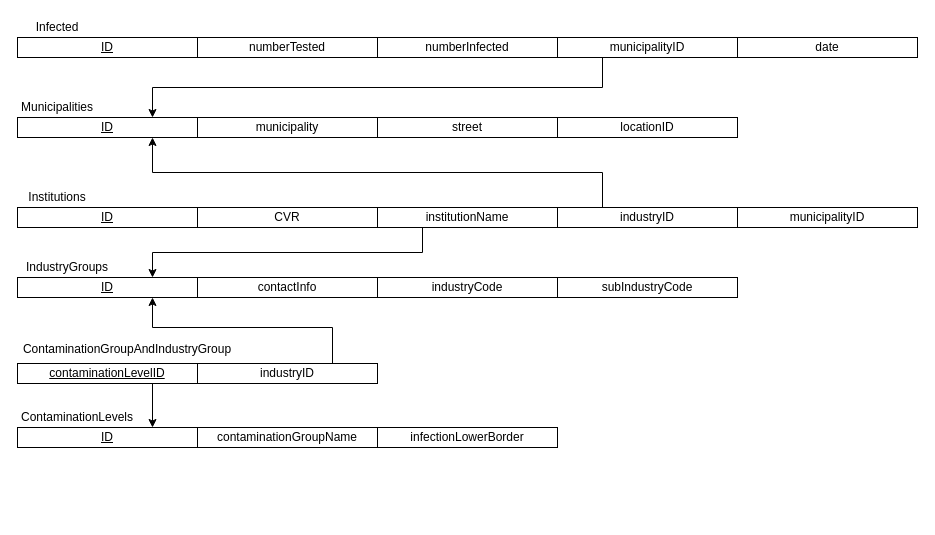
Above: CharlieProject/Documentation/Martin_mappingskema.drawio in mathex83/CharlieProjectSemester1 (draw.io), before the change. Source tidied: cells renumbered, new cells numbered last; positions are measured from the earlier drawing's top-left corner, leaving out a move shared by most shapes. Both pictures are drawn from the tidied source at 100%, with x=0, y=0 at pixel (17, 17).
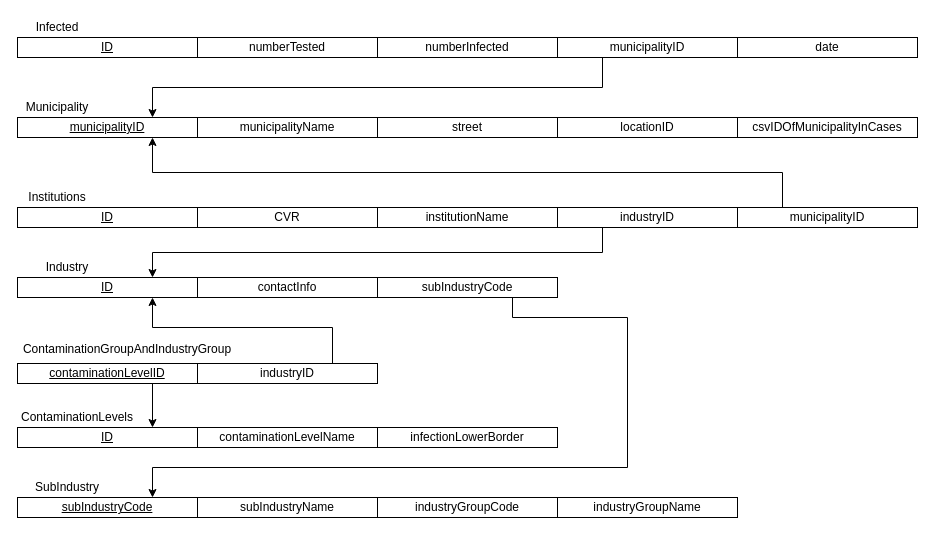
The same page after the edit.

The change refers to these unchanged cells:
```xml
<mxCell id="11" style="group;" parent="1" vertex="1">
  <mxGeometry x="180" y="100" width="180" height="20" as="geometry" />
</mxCell>
<mxCell id="14" style="group;" parent="1" vertex="1">
  <mxGeometry y="100" width="180" height="20" as="geometry" />
</mxCell>
<mxCell id="15" style="rounded=0;whiteSpace=wrap;html=1;" parent="14" vertex="1">
  <mxGeometry width="180" height="20" as="geometry" />
</mxCell>
<mxCell id="29" style="rounded=0;whiteSpace=wrap;html=1;" parent="28" vertex="1">
  <mxGeometry width="180" height="20" as="geometry" />
</mxCell>
<mxCell id="35" style="rounded=0;whiteSpace=wrap;html=1;" parent="34" vertex="1">
  <mxGeometry width="180" height="20" as="geometry" />
</mxCell>
<mxCell id="43" style="group;" parent="1" vertex="1">
  <mxGeometry x="180" y="410" width="180" height="20" as="geometry" />
</mxCell>
<mxCell id="66" style="rounded=0;whiteSpace=wrap;html=1;" parent="65" vertex="1">
  <mxGeometry width="180" height="20" as="geometry" />
</mxCell>
<mxCell id="77" style="rounded=0;whiteSpace=wrap;html=1;" parent="76" vertex="1">
  <mxGeometry width="180" height="20" as="geometry" />
</mxCell>
<mxCell id="80" style="rounded=0;whiteSpace=wrap;html=1;" parent="79" vertex="1">
  <mxGeometry width="180" height="20" as="geometry" />
</mxCell>
```

Change to the diagram source:
```diff
@@
-    <mxCell id="13" value="municipality" style="text;html=1;strokeColor=none;fillColor=none;align=center;verticalAlign=middle;whiteSpace=wrap;rounded=0;" parent="11" vertex="1">
+    <mxCell id="13" value="municipalityName" style="text;html=1;strokeColor=none;fillColor=none;align=center;verticalAlign=middle;whiteSpace=wrap;rounded=0;" parent="11" vertex="1">
       <mxGeometry x="70" width="40" height="20" as="geometry" />
     </mxCell>
@@
-    <mxCell id="16" value="&lt;u&gt;ID&lt;/u&gt;" style="text;html=1;strokeColor=none;fillColor=none;align=center;verticalAlign=middle;whiteSpace=wrap;rounded=0;" parent="14" vertex="1">
+    <mxCell id="16" value="&lt;u&gt;municipalityID&lt;/u&gt;" style="text;html=1;strokeColor=none;fillColor=none;align=center;verticalAlign=middle;whiteSpace=wrap;rounded=0;" parent="14" vertex="1">
       <mxGeometry x="70" width="40" height="20" as="geometry" />
     </mxCell>
@@
-    <mxCell id="23" value="Municipalities" style="text;html=1;strokeColor=none;fillColor=none;align=center;verticalAlign=middle;whiteSpace=wrap;rounded=0;" parent="1" vertex="1">
+    <mxCell id="23" value="Municipality" style="text;html=1;strokeColor=none;fillColor=none;align=center;verticalAlign=middle;whiteSpace=wrap;rounded=0;" parent="1" vertex="1">
       <mxGeometry y="80" width="80" height="20" as="geometry" />
     </mxCell>
@@
-    <mxCell id="41" value="IndustryGroups" style="text;html=1;strokeColor=none;fillColor=none;align=center;verticalAlign=middle;whiteSpace=wrap;rounded=0;" parent="1" vertex="1">
+    <mxCell id="41" value="Industry" style="text;html=1;strokeColor=none;fillColor=none;align=center;verticalAlign=middle;whiteSpace=wrap;rounded=0;" parent="1" vertex="1">
       <mxGeometry x="10" y="240" width="80" height="20" as="geometry" />
     </mxCell>
-    <mxCell id="42" style="edgeStyle=orthogonalEdgeStyle;rounded=0;jettySize=auto;html=1;exitX=0.25;exitY=1;exitDx=0;exitDy=0;entryX=0.75;entryY=0;entryDx=0;entryDy=0;" parent="1" edge="1" source="29" target="35">
+    <mxCell id="42" style="edgeStyle=orthogonalEdgeStyle;rounded=0;jettySize=auto;html=1;exitX=0.25;exitY=1;exitDx=0;exitDy=0;entryX=0.75;entryY=0;entryDx=0;entryDy=0;" parent="1" edge="1" source="66" target="35">
       <mxGeometry relative="1" as="geometry" />
     </mxCell>
@@
-    <mxCell id="45" value="contaminationGroupName" style="text;html=1;strokeColor=none;fillColor=none;align=center;verticalAlign=middle;whiteSpace=wrap;rounded=0;" parent="43" vertex="1">
+    <mxCell id="45" value="contaminationLevelName" style="text;html=1;strokeColor=none;fillColor=none;align=center;verticalAlign=middle;whiteSpace=wrap;rounded=0;" parent="43" vertex="1">
       <mxGeometry x="70" width="40" height="20" as="geometry" />
     </mxCell>
@@
-    <mxCell id="62" style="group;" parent="1" vertex="1">
-      <mxGeometry x="360" y="260" width="180" height="20" as="geometry" />
-    </mxCell>
-    <mxCell id="63" style="rounded=0;whiteSpace=wrap;html=1;" parent="62" vertex="1">
-      <mxGeometry width="180" height="20" as="geometry" />
-    </mxCell>
-    <mxCell id="64" value="industryCode" style="text;html=1;strokeColor=none;fillColor=none;align=center;verticalAlign=middle;whiteSpace=wrap;rounded=0;" parent="62" vertex="1">
-      <mxGeometry x="70" width="40" height="20" as="geometry" />
-    </mxCell>
@@
-    <mxCell id="69" style="edgeStyle=orthogonalEdgeStyle;rounded=0;jettySize=auto;html=1;exitX=0.25;exitY=0;exitDx=0;exitDy=0;entryX=0.75;entryY=1;entryDx=0;entryDy=0;" parent="1" edge="1" source="66" target="15">
+    <mxCell id="69" style="edgeStyle=orthogonalEdgeStyle;rounded=0;jettySize=auto;html=1;exitX=0.25;exitY=0;exitDx=0;exitDy=0;entryX=0.75;entryY=1;entryDx=0;entryDy=0;" parent="1" edge="1" source="77" target="15">
       <mxGeometry relative="1" as="geometry" />
     </mxCell>
@@
     <mxCell id="79" style="group;" parent="1" vertex="1">
-      <mxGeometry x="540" y="260" width="180" height="20" as="geometry" />
+      <mxGeometry x="360" y="260" width="180" height="20" as="geometry" />
     </mxCell>
@@
+    <mxCell id="82" style="group;" parent="1" vertex="1">
+      <mxGeometry x="720" y="100" width="180" height="20" as="geometry" />
+    </mxCell>
+    <mxCell id="83" style="rounded=0;whiteSpace=wrap;html=1;" parent="82" vertex="1">
+      <mxGeometry width="180" height="20" as="geometry" />
+    </mxCell>
+    <mxCell id="84" value="csvIDOfMunicipalityInCases" style="text;html=1;strokeColor=none;fillColor=none;align=center;verticalAlign=middle;whiteSpace=wrap;rounded=0;" parent="82" vertex="1">
+      <mxGeometry x="70" width="40" height="20" as="geometry" />
+    </mxCell>
+    <mxCell id="85" style="group;" parent="1" vertex="1">
+      <mxGeometry x="180" y="480" width="180" height="20" as="geometry" />
+    </mxCell>
+    <mxCell id="86" style="rounded=0;whiteSpace=wrap;html=1;" parent="85" vertex="1">
+      <mxGeometry width="180" height="20" as="geometry" />
+    </mxCell>
+    <mxCell id="87" value="subIndustryName" style="text;html=1;strokeColor=none;fillColor=none;align=center;verticalAlign=middle;whiteSpace=wrap;rounded=0;" parent="85" vertex="1">
+      <mxGeometry x="70" width="40" height="20" as="geometry" />
+    </mxCell>
+    <mxCell id="88" value="SubIndustry" style="text;html=1;strokeColor=none;fillColor=none;align=center;verticalAlign=middle;whiteSpace=wrap;rounded=0;" parent="1" vertex="1">
+      <mxGeometry x="10" y="460" width="80" height="20" as="geometry" />
+    </mxCell>
+    <mxCell id="89" style="group;" parent="1" vertex="1">
+      <mxGeometry x="360" y="480" width="180" height="20" as="geometry" />
+    </mxCell>
+    <mxCell id="90" style="rounded=0;whiteSpace=wrap;html=1;" parent="89" vertex="1">
+      <mxGeometry width="180" height="20" as="geometry" />
+    </mxCell>
+    <mxCell id="91" value="industryGroupCode" style="text;html=1;strokeColor=none;fillColor=none;align=center;verticalAlign=middle;whiteSpace=wrap;rounded=0;" parent="89" vertex="1">
+      <mxGeometry x="70" width="40" height="20" as="geometry" />
+    </mxCell>
+    <mxCell id="92" style="group;" parent="1" vertex="1">
+      <mxGeometry y="480" width="180" height="20" as="geometry" />
+    </mxCell>
+    <mxCell id="93" style="rounded=0;whiteSpace=wrap;html=1;" parent="92" vertex="1">
+      <mxGeometry width="180" height="20" as="geometry" />
+    </mxCell>
+    <mxCell id="94" value="&lt;u&gt;subIndustryCode&lt;/u&gt;" style="text;html=1;strokeColor=none;fillColor=none;align=center;verticalAlign=middle;whiteSpace=wrap;rounded=0;" parent="92" vertex="1">
+      <mxGeometry x="70" width="40" height="20" as="geometry" />
+    </mxCell>
+    <mxCell id="95" style="group;" parent="1" vertex="1">
+      <mxGeometry x="540" y="480" width="180" height="20" as="geometry" />
+    </mxCell>
+    <mxCell id="96" style="rounded=0;whiteSpace=wrap;html=1;" parent="95" vertex="1">
+      <mxGeometry width="180" height="20" as="geometry" />
+    </mxCell>
+    <mxCell id="97" value="industryGroupName" style="text;html=1;strokeColor=none;fillColor=none;align=center;verticalAlign=middle;whiteSpace=wrap;rounded=0;" parent="95" vertex="1">
+      <mxGeometry x="70" width="40" height="20" as="geometry" />
+    </mxCell>
+    <mxCell id="98" style="edgeStyle=orthogonalEdgeStyle;rounded=0;jettySize=auto;html=1;exitX=0.75;exitY=1;exitDx=0;exitDy=0;entryX=0.75;entryY=0;entryDx=0;entryDy=0;" parent="1" edge="1" source="80" target="93">
+      <mxGeometry relative="1" as="geometry">
+        <Array as="points">
+          <mxPoint x="495" y="300" />
+          <mxPoint x="610" y="300" />
+          <mxPoint x="610" y="450" />
+          <mxPoint x="135" y="450" />
+        </Array>
+      </mxGeometry>
+    </mxCell>
```
